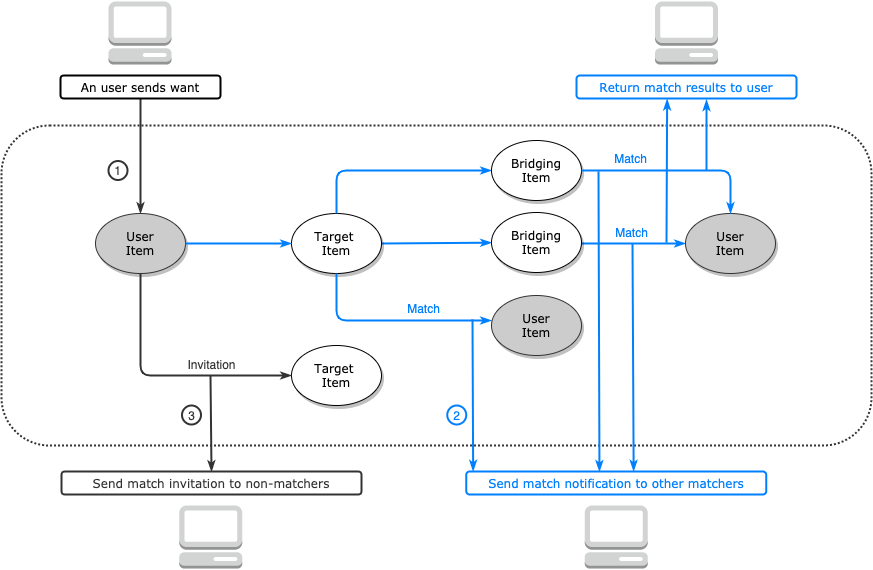
The draw.io diagram public/images/workflow.png in ElvinCTW/personalProject, before a commit. Source tidied: cells renumbered, new cells last; positions are measured from the earlier drawing's top-left corner, leaving out a move shared by most shapes.
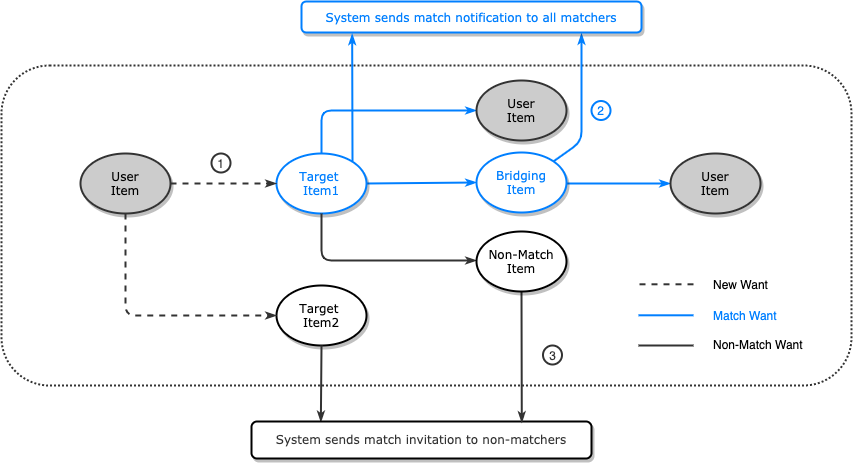
The same diagram one commit later.

The edit, as a diff of the source:
```diff
@@ -3,12 +3,12 @@
     <mxCell id="0" />
     <mxCell id="1" parent="0" />
     <mxCell id="2" style="rounded=1;whiteSpace=wrap;html=1;strokeColor=#333333;fillColor=none;align=center;dashed=1;strokeWidth=2;dashPattern=1 1;perimeterSpacing=3;" parent="1" vertex="1">
-      <mxGeometry y="124" width="870" height="320" as="geometry" />
+      <mxGeometry x="15" y="124" width="850" height="320" as="geometry" />
     </mxCell>
     <mxCell id="3" style="edgeStyle=none;rounded=1;html=1;labelBackgroundColor=none;startArrow=none;startFill=0;startSize=5;endArrow=classicThin;endFill=1;endSize=5;jettySize=auto;strokeColor=#007FFF;strokeWidth=2;fontFamily=Verdana;fontSize=12;" parent="1" edge="1" source="4" target="6">
       <mxGeometry relative="1" as="geometry" />
     </mxCell>
-    <mxCell id="4" value="Target &lt;br&gt;Item" style="ellipse;whiteSpace=wrap;html=1;rounded=0;shadow=1;comic=0;labelBackgroundColor=none;strokeWidth=1;fontFamily=Verdana;fontSize=12;align=center;" parent="1" vertex="1">
+    <mxCell id="4" value="Target &lt;br&gt;Item1" style="ellipse;whiteSpace=wrap;html=1;rounded=0;shadow=1;comic=0;labelBackgroundColor=none;strokeWidth=2;fontFamily=Verdana;fontSize=12;align=center;strokeColor=#007FFF;fontColor=#007FFF;" parent="1" vertex="1">
       <mxGeometry x="290" y="212" width="90" height="60" as="geometry" />
     </mxCell>
     <mxCell id="5" style="edgeStyle=none;rounded=1;html=1;labelBackgroundColor=none;startArrow=none;startFill=0;startSize=5;endArrow=classicThin;endFill=1;endSize=5;jettySize=auto;orthogonalLoop=1;strokeColor=#007FFF;strokeWidth=2;fontFamily=Verdana;fontSize=12;" parent="1" edge="1">
@@ -17,58 +17,27 @@
         <mxPoint x="684" y="242" as="targetPoint" />
       </mxGeometry>
     </mxCell>
-    <mxCell id="6" value="&lt;span&gt;Bridging&lt;br&gt;Item&lt;br&gt;&lt;/span&gt;" style="ellipse;whiteSpace=wrap;html=1;rounded=0;shadow=1;comic=0;labelBackgroundColor=none;strokeWidth=1;fontFamily=Verdana;fontSize=12;align=center;" parent="1" vertex="1">
+    <mxCell id="6" value="&lt;span&gt;Bridging&lt;br&gt;Item&lt;br&gt;&lt;/span&gt;" style="ellipse;whiteSpace=wrap;html=1;rounded=0;shadow=1;comic=0;labelBackgroundColor=none;strokeWidth=2;fontFamily=Verdana;fontSize=12;align=center;strokeColor=#007FFF;fontColor=#007FFF;" parent="1" vertex="1">
       <mxGeometry x="490" y="211" width="90" height="60" as="geometry" />
     </mxCell>
-    <mxCell id="7" value="User&lt;br&gt;Item" style="ellipse;whiteSpace=wrap;html=1;rounded=0;shadow=1;comic=0;labelBackgroundColor=none;strokeWidth=1;fontFamily=Verdana;fontSize=12;align=center;strokeColor=#333333;fillColor=#CCCCCC;" parent="1" vertex="1">
+    <mxCell id="7" value="User&lt;br&gt;Item" style="ellipse;whiteSpace=wrap;html=1;rounded=0;shadow=1;comic=0;labelBackgroundColor=none;strokeWidth=2;fontFamily=Verdana;fontSize=12;align=center;strokeColor=#333333;fillColor=#CCCCCC;" parent="1" vertex="1">
       <mxGeometry x="94" y="212" width="90" height="60" as="geometry" />
     </mxCell>
-    <mxCell id="8" style="edgeStyle=none;rounded=1;html=1;labelBackgroundColor=none;startArrow=none;startFill=0;startSize=5;endArrow=classicThin;endFill=1;endSize=5;jettySize=auto;strokeColor=#007FFF;strokeWidth=2;fontFamily=Verdana;fontSize=12;exitX=1;exitY=0.5;exitDx=0;exitDy=0;entryX=0;entryY=0.5;entryDx=0;entryDy=0;" parent="1" edge="1" source="7" target="4">
+    <mxCell id="8" style="edgeStyle=none;rounded=1;html=1;labelBackgroundColor=none;startArrow=none;startFill=0;startSize=5;endArrow=classicThin;endFill=1;endSize=5;jettySize=auto;strokeColor=#333333;strokeWidth=2;fontFamily=Verdana;fontSize=12;exitX=1;exitY=0.5;exitDx=0;exitDy=0;entryX=0;entryY=0.5;entryDx=0;entryDy=0;dashed=1;" parent="1" edge="1" source="7" target="4">
       <mxGeometry relative="1" as="geometry" />
     </mxCell>
-    <mxCell id="9" value="User&lt;br&gt;Item" style="ellipse;whiteSpace=wrap;html=1;rounded=0;shadow=1;comic=0;labelBackgroundColor=none;strokeWidth=1;fontFamily=Verdana;fontSize=12;align=center;strokeColor=#333333;fillColor=#CCCCCC;" parent="1" vertex="1">
+    <mxCell id="9" value="User&lt;br&gt;Item" style="ellipse;whiteSpace=wrap;html=1;rounded=0;shadow=1;comic=0;labelBackgroundColor=none;strokeWidth=2;fontFamily=Verdana;fontSize=12;align=center;strokeColor=#333333;fillColor=#CCCCCC;" parent="1" vertex="1">
       <mxGeometry x="684" y="212" width="90" height="60" as="geometry" />
     </mxCell>
-    <mxCell id="10" style="edgeStyle=none;rounded=1;html=1;labelBackgroundColor=none;startArrow=none;startFill=0;startSize=5;endArrow=classicThin;endFill=1;endSize=5;jettySize=auto;strokeColor=#007FFF;strokeWidth=2;fontFamily=Verdana;fontSize=12;exitX=0.5;exitY=0;exitDx=0;exitDy=0;entryX=0;entryY=0.5;entryDx=0;entryDy=0;" parent="1" edge="1" source="4" target="16">
+    <mxCell id="10" style="edgeStyle=none;rounded=1;html=1;labelBackgroundColor=none;startArrow=none;startFill=0;startSize=5;endArrow=classicThin;endFill=1;endSize=5;jettySize=auto;strokeColor=#007FFF;strokeWidth=2;fontFamily=Verdana;fontSize=12;exitX=0.5;exitY=0;exitDx=0;exitDy=0;entryX=0;entryY=0.5;entryDx=0;entryDy=0;" parent="1" edge="1" source="4">
       <mxGeometry relative="1" as="geometry">
+        <mxPoint x="490" y="169" as="targetPoint" />
         <Array as="points">
           <mxPoint x="335" y="169" />
         </Array>
       </mxGeometry>
     </mxCell>
-    <mxCell id="11" style="dashed=0;verticalLabelPosition=bottom;verticalAlign=top;align=center;html=1;shape=mxgraph.aws3.management_console;fillColor=#D2D3D3;gradientColor=none;strokeColor=#333333;strokeWidth=2;fontSize=12;" parent="1" vertex="1">
-      <mxGeometry x="107" width="63" height="63" as="geometry" />
-    </mxCell>
-    <mxCell id="12" style="dashed=0;verticalLabelPosition=bottom;verticalAlign=top;align=center;html=1;shape=mxgraph.aws3.management_console;fillColor=#D2D3D3;gradientColor=none;strokeColor=#333333;strokeWidth=2;fontSize=12;" parent="1" vertex="1">
-      <mxGeometry x="177.8" y="504" width="63" height="63" as="geometry" />
-    </mxCell>
-    <mxCell id="13" style="dashed=0;verticalLabelPosition=bottom;verticalAlign=top;align=center;html=1;shape=mxgraph.aws3.management_console;fillColor=#D2D3D3;gradientColor=none;strokeColor=#333333;strokeWidth=2;fontSize=12;" parent="1" vertex="1">
-      <mxGeometry x="583.2" y="504" width="63" height="63" as="geometry" />
-    </mxCell>
-    <mxCell id="14" value="&lt;font color=&quot;#007fff&quot;&gt;Match&lt;/font&gt;" style="text;html=1;align=center;verticalAlign=middle;labelBackgroundColor=#ffffff;" parent="1" vertex="1">
-      <mxGeometry x="636" y="242" as="geometry">
-        <mxPoint x="-6.7" y="-11" as="offset" />
-      </mxGeometry>
-    </mxCell>
-    <mxCell id="15" style="dashed=0;verticalLabelPosition=bottom;verticalAlign=top;align=center;html=1;shape=mxgraph.aws3.management_console;fillColor=#D2D3D3;gradientColor=none;strokeColor=#333333;strokeWidth=2;fontSize=12;" parent="1" vertex="1">
-      <mxGeometry x="653.5" width="63" height="63" as="geometry" />
-    </mxCell>
-    <mxCell id="16" value="&lt;span&gt;Bridging&lt;br&gt;Item&lt;br&gt;&lt;/span&gt;" style="ellipse;whiteSpace=wrap;html=1;rounded=0;shadow=1;comic=0;labelBackgroundColor=none;strokeWidth=1;fontFamily=Verdana;fontSize=12;align=center;" parent="1" vertex="1">
-      <mxGeometry x="490" y="139" width="90" height="60" as="geometry" />
-    </mxCell>
-    <mxCell id="17" style="edgeStyle=none;rounded=1;html=1;labelBackgroundColor=none;startArrow=none;startFill=0;startSize=5;endArrow=classicThin;endFill=1;endSize=5;jettySize=auto;strokeColor=#007FFF;strokeWidth=2;fontFamily=Verdana;fontSize=12;entryX=0.5;entryY=0;entryDx=0;entryDy=0;exitX=1;exitY=0.5;exitDx=0;exitDy=0;" parent="1" edge="1" source="16" target="9">
-      <mxGeometry x="0.05" y="8" relative="1" as="geometry">
-        <Array as="points">
-          <mxPoint x="729" y="169" />
-        </Array>
-      </mxGeometry>
-    </mxCell>
-    <mxCell id="18" value="&lt;font color=&quot;#007fff&quot;&gt;Match&lt;/font&gt;" style="text;html=1;align=center;verticalAlign=middle;labelBackgroundColor=#ffffff;" parent="1" vertex="1">
-      <mxGeometry x="642" y="250" as="geometry">
-        <mxPoint x="-13.7" y="-93" as="offset" />
-      </mxGeometry>
-    </mxCell>
-    <mxCell id="19" style="edgeStyle=none;rounded=1;html=1;labelBackgroundColor=none;startArrow=none;startFill=0;startSize=5;endArrow=classicThin;endFill=1;endSize=5;jettySize=auto;strokeColor=#007FFF;strokeWidth=2;fontFamily=Verdana;fontSize=12;exitX=0.5;exitY=1;exitDx=0;exitDy=0;entryX=0;entryY=0.5;entryDx=0;entryDy=0;" parent="1" edge="1" source="4">
+    <mxCell id="19" style="edgeStyle=none;rounded=1;html=1;labelBackgroundColor=none;startArrow=none;startFill=0;startSize=5;endArrow=classicThin;endFill=1;endSize=5;jettySize=auto;strokeColor=#333333;strokeWidth=2;fontFamily=Verdana;fontSize=12;exitX=0.5;exitY=1;exitDx=0;exitDy=0;entryX=0;entryY=0.5;entryDx=0;entryDy=0;" parent="1" edge="1" source="4">
       <mxGeometry relative="1" as="geometry">
         <mxPoint x="490" y="319" as="targetPoint" />
         <Array as="points">
@@ -76,84 +45,82 @@
         </Array>
       </mxGeometry>
     </mxCell>
-    <mxCell id="20" value="Match" style="text;html=1;align=center;verticalAlign=middle;labelBackgroundColor=#ffffff;fontColor=#007FFF;" parent="19" vertex="1">
-      <mxGeometry x="0.12" y="1" relative="1" as="geometry">
-        <mxPoint x="20" y="-11" as="offset" />
-      </mxGeometry>
-    </mxCell>
-    <mxCell id="21" style="edgeStyle=none;rounded=1;html=1;labelBackgroundColor=none;startArrow=none;startFill=0;startSize=5;endArrow=classicThin;endFill=1;endSize=5;jettySize=auto;strokeColor=#333333;strokeWidth=2;fontFamily=Verdana;fontSize=12;entryX=0.5;entryY=0;entryDx=0;entryDy=0;" parent="1" edge="1" target="7">
-      <mxGeometry relative="1" as="geometry">
-        <mxPoint x="139" y="97" as="sourcePoint" />
-      </mxGeometry>
-    </mxCell>
-    <mxCell id="22" style="edgeStyle=none;rounded=1;html=1;labelBackgroundColor=none;startArrow=none;startFill=0;startSize=5;endArrow=classicThin;endFill=1;endSize=5;jettySize=auto;strokeColor=#007FFF;strokeWidth=2;fontFamily=Verdana;fontSize=12;entryX=0.412;entryY=1.029;entryDx=0;entryDy=0;entryPerimeter=0;" parent="1" edge="1" target="32">
-      <mxGeometry x="0.05" y="8" relative="1" as="geometry">
-        <mxPoint x="665" y="241" as="sourcePoint" />
-      </mxGeometry>
-    </mxCell>
-    <mxCell id="23" style="edgeStyle=none;rounded=1;html=1;labelBackgroundColor=none;startArrow=none;startFill=0;startSize=5;endArrow=classicThin;endFill=1;endSize=5;jettySize=auto;strokeColor=#007FFF;strokeWidth=2;fontFamily=Verdana;fontSize=12;entryX=0.591;entryY=1.058;entryDx=0;entryDy=0;entryPerimeter=0;" parent="1" edge="1" target="32">
-      <mxGeometry x="0.05" y="8" relative="1" as="geometry">
-        <mxPoint x="705" y="169" as="sourcePoint" />
-      </mxGeometry>
-    </mxCell>
-    <mxCell id="24" style="edgeStyle=none;rounded=1;html=1;labelBackgroundColor=none;startArrow=none;startFill=0;startSize=5;endArrow=classicThin;endFill=1;endSize=5;jettySize=auto;strokeColor=#007FFF;strokeWidth=2;fontFamily=Verdana;fontSize=12;entryX=0.444;entryY=-0.006;entryDx=0;entryDy=0;entryPerimeter=0;" parent="1" edge="1" target="33">
-      <mxGeometry relative="1" as="geometry">
-        <mxPoint x="597" y="170" as="sourcePoint" />
-      </mxGeometry>
-    </mxCell>
-    <mxCell id="25" style="edgeStyle=none;rounded=1;html=1;labelBackgroundColor=none;startArrow=none;startFill=0;startSize=5;endArrow=classicThin;endFill=1;endSize=5;jettySize=auto;strokeColor=#007FFF;strokeWidth=2;fontFamily=Verdana;fontSize=12;entryX=0.558;entryY=-0.02;entryDx=0;entryDy=0;entryPerimeter=0;" parent="1" edge="1" target="33">
+    <mxCell id="25" style="edgeStyle=none;rounded=1;html=1;labelBackgroundColor=none;startArrow=none;startFill=0;startSize=5;endArrow=classicThin;endFill=1;endSize=5;jettySize=auto;strokeColor=#007FFF;strokeWidth=2;fontFamily=Verdana;fontSize=12;exitX=1;exitY=0;exitDx=0;exitDy=0;" parent="1" edge="1" source="6">
       <mxGeometry relative="1" as="geometry">
-        <mxPoint x="631" y="242" as="sourcePoint" />
+        <mxPoint x="595" y="92" as="targetPoint" />
+        <Array as="points">
+          <mxPoint x="595" y="200" />
+        </Array>
       </mxGeometry>
     </mxCell>
-    <mxCell id="26" value="Target &lt;br&gt;Item" style="ellipse;whiteSpace=wrap;html=1;rounded=0;shadow=1;comic=0;labelBackgroundColor=none;strokeWidth=1;fontFamily=Verdana;fontSize=12;align=center;" parent="1" vertex="1">
+    <mxCell id="26" value="Target &lt;br&gt;Item2" style="ellipse;whiteSpace=wrap;html=1;rounded=0;shadow=1;comic=0;labelBackgroundColor=none;strokeWidth=2;fontFamily=Verdana;fontSize=12;align=center;" parent="1" vertex="1">
       <mxGeometry x="290" y="344" width="90" height="60" as="geometry" />
     </mxCell>
-    <mxCell id="27" style="edgeStyle=none;rounded=1;html=1;labelBackgroundColor=none;startArrow=none;startFill=0;startSize=5;endArrow=classicThin;endFill=1;endSize=5;jettySize=auto;strokeColor=#333333;strokeWidth=2;fontFamily=Verdana;fontSize=12;exitX=0.5;exitY=1;exitDx=0;exitDy=0;entryX=0;entryY=0.5;entryDx=0;entryDy=0;" parent="1" edge="1" source="7" target="26">
+    <mxCell id="27" style="edgeStyle=none;rounded=1;html=1;labelBackgroundColor=none;startArrow=none;startFill=0;startSize=5;endArrow=classicThin;endFill=1;endSize=5;jettySize=auto;strokeColor=#333333;strokeWidth=2;fontFamily=Verdana;fontSize=12;exitX=0.5;exitY=1;exitDx=0;exitDy=0;entryX=0;entryY=0.5;entryDx=0;entryDy=0;dashed=1;" parent="1" edge="1" source="7" target="26">
       <mxGeometry relative="1" as="geometry">
         <Array as="points">
           <mxPoint x="139" y="374" />
         </Array>
       </mxGeometry>
     </mxCell>
-    <mxCell id="28" value="User&lt;br&gt;Item" style="ellipse;whiteSpace=wrap;html=1;rounded=0;shadow=1;comic=0;labelBackgroundColor=none;strokeWidth=1;fontFamily=Verdana;fontSize=12;align=center;strokeColor=#333333;fillColor=#CCCCCC;" parent="1" vertex="1">
-      <mxGeometry x="490" y="294" width="90" height="60" as="geometry" />
-    </mxCell>
-    <mxCell id="29" value="Invitation" style="text;html=1;align=center;verticalAlign=middle;labelBackgroundColor=#ffffff;fontColor=#333333;" parent="1" vertex="1">
-      <mxGeometry x="190" y="374" as="geometry">
-        <mxPoint x="20" y="-11" as="offset" />
-      </mxGeometry>
-    </mxCell>
-    <mxCell id="30" style="edgeStyle=none;rounded=1;html=1;labelBackgroundColor=none;startArrow=none;startFill=0;startSize=5;endArrow=classicThin;endFill=1;endSize=5;jettySize=auto;strokeColor=#333333;strokeWidth=2;fontFamily=Verdana;fontSize=12;entryX=0.5;entryY=0;entryDx=0;entryDy=0;" parent="1" edge="1" target="34">
-      <mxGeometry relative="1" as="geometry">
-        <mxPoint x="209" y="374" as="sourcePoint" />
-      </mxGeometry>
+    <mxCell id="30" style="edgeStyle=none;rounded=1;html=1;labelBackgroundColor=none;startArrow=none;startFill=0;startSize=5;endArrow=classicThin;endFill=1;endSize=5;jettySize=auto;strokeColor=#333333;strokeWidth=2;fontFamily=Verdana;fontSize=12;exitX=0.5;exitY=1;exitDx=0;exitDy=0;entryX=0.204;entryY=0.012;entryDx=0;entryDy=0;entryPerimeter=0;" parent="1" edge="1" source="26" target="34">
+      <mxGeometry relative="1" as="geometry" />
     </mxCell>
-    <mxCell id="31" value="&lt;span style=&quot;color: rgb(0 , 0 , 0) ; font-family: &amp;#34;verdana&amp;#34; ; white-space: normal&quot;&gt;An user sends want&lt;/span&gt;" style="rounded=1;whiteSpace=wrap;html=1;strokeColor=#000000;strokeWidth=2;fillColor=none;fontSize=12;fontColor=#333333;align=center;" parent="1" vertex="1">
-      <mxGeometry x="59" y="74" width="160" height="23" as="geometry" />
-    </mxCell>
-    <mxCell id="32" value="&lt;span style=&quot;font-family: &amp;#34;verdana&amp;#34;&quot;&gt;&lt;font style=&quot;font-size: 11px&quot;&gt;Return match results to user&lt;/font&gt;&lt;/span&gt;" style="rounded=1;whiteSpace=wrap;html=1;strokeColor=#007FFF;strokeWidth=2;fillColor=none;fontSize=12;fontColor=#007FFF;align=center;" parent="1" vertex="1">
-      <mxGeometry x="575" y="74" width="220" height="23" as="geometry" />
-    </mxCell>
-    <mxCell id="33" value="&lt;span style=&quot;font-family: &amp;#34;verdana&amp;#34;&quot;&gt;Send match notification to other matchers&lt;/span&gt;" style="rounded=1;whiteSpace=wrap;html=1;strokeColor=#007FFF;strokeWidth=2;fillColor=none;fontSize=12;fontColor=#007FFF;align=center;" parent="1" vertex="1">
-      <mxGeometry x="464.8" y="470" width="300" height="23" as="geometry" />
+    <mxCell id="33" value="&lt;span style=&quot;&quot;&gt;System sends match notification to all matchers&lt;/span&gt;" style="rounded=1;whiteSpace=wrap;html=1;strokeColor=#007FFF;strokeWidth=2;fillColor=#ffffff;fontSize=12;fontColor=#007FFF;align=center;fontFamily=Verdana;shadow=1;comic=0;" parent="1" vertex="1">
+      <mxGeometry x="315" y="60" width="340" height="31" as="geometry" />
     </mxCell>
-    <mxCell id="34" value="&lt;span style=&quot;font-family: &amp;#34;verdana&amp;#34;&quot;&gt;Send match invitation to non-matchers&lt;/span&gt;" style="rounded=1;whiteSpace=wrap;html=1;strokeColor=#333333;strokeWidth=2;fillColor=none;fontSize=12;fontColor=#333333;align=center;" parent="1" vertex="1">
-      <mxGeometry x="60" y="470" width="300" height="23" as="geometry" />
+    <mxCell id="34" value="&lt;span style=&quot;&quot;&gt;System sends match invitation to non-matchers&lt;/span&gt;" style="rounded=1;whiteSpace=wrap;html=1;strokeColor=#000000;strokeWidth=2;fillColor=#ffffff;fontSize=12;fontColor=#333333;align=center;fontFamily=Verdana;shadow=1;" parent="1" vertex="1">
+      <mxGeometry x="265" y="480" width="340" height="37" as="geometry" />
     </mxCell>
-    <mxCell id="35" style="edgeStyle=none;rounded=1;html=1;labelBackgroundColor=none;startArrow=none;startFill=0;startSize=5;endArrow=classicThin;endFill=1;endSize=5;jettySize=auto;strokeColor=#007FFF;strokeWidth=2;fontFamily=Verdana;fontSize=12;entryX=0.023;entryY=-0.017;entryDx=0;entryDy=0;entryPerimeter=0;" parent="1" edge="1" target="33">
-      <mxGeometry relative="1" as="geometry">
-        <mxPoint x="471" y="318" as="sourcePoint" />
-      </mxGeometry>
+    <mxCell id="35" style="edgeStyle=none;rounded=1;html=1;labelBackgroundColor=none;startArrow=none;startFill=0;startSize=5;endArrow=classicThin;endFill=1;endSize=5;jettySize=auto;strokeColor=#333333;strokeWidth=2;fontFamily=Verdana;fontSize=12;exitX=0.5;exitY=1;exitDx=0;exitDy=0;entryX=0.795;entryY=0.027;entryDx=0;entryDy=0;entryPerimeter=0;" parent="1" edge="1" source="39" target="34">
+      <mxGeometry relative="1" as="geometry" />
     </mxCell>
     <mxCell id="36" value="1" style="ellipse;whiteSpace=wrap;html=1;strokeColor=#333333;strokeWidth=2;fillColor=none;fontSize=12;fontColor=#333333;align=center;" parent="1" vertex="1">
-      <mxGeometry x="107" y="159.5" width="19" height="19" as="geometry" />
+      <mxGeometry x="225" y="212" width="19" height="19" as="geometry" />
     </mxCell>
     <mxCell id="37" value="2" style="ellipse;whiteSpace=wrap;html=1;strokeColor=#007FFF;strokeWidth=2;fillColor=none;fontSize=12;fontColor=#007FFF;align=center;" parent="1" vertex="1">
-      <mxGeometry x="445.8" y="404" width="19" height="19" as="geometry" />
+      <mxGeometry x="605" y="159.5" width="19" height="19" as="geometry" />
     </mxCell>
     <mxCell id="38" value="3" style="ellipse;whiteSpace=wrap;html=1;strokeColor=#333333;strokeWidth=2;fillColor=none;fontSize=12;fontColor=#333333;align=center;" parent="1" vertex="1">
-      <mxGeometry x="180.5" y="404" width="19" height="19" as="geometry" />
+      <mxGeometry x="556.5" y="404" width="19" height="19" as="geometry" />
     </mxCell>
+    <mxCell id="28" value="User&lt;br&gt;Item" style="ellipse;whiteSpace=wrap;html=1;rounded=0;shadow=1;comic=0;labelBackgroundColor=none;strokeWidth=2;fontFamily=Verdana;fontSize=12;align=center;strokeColor=#333333;fillColor=#CCCCCC;" parent="1" vertex="1">
+      <mxGeometry x="490" y="139" width="90" height="60" as="geometry" />
+    </mxCell>
+    <mxCell id="39" value="&lt;span&gt;Non-Match&lt;br&gt;Item&lt;br&gt;&lt;/span&gt;" style="ellipse;whiteSpace=wrap;html=1;rounded=0;shadow=1;comic=0;labelBackgroundColor=none;strokeWidth=2;fontFamily=Verdana;fontSize=12;align=center;strokeColor=#000000;fontColor=#000000;" parent="1" vertex="1">
+      <mxGeometry x="490" y="290" width="90" height="60" as="geometry" />
+    </mxCell>
+    <mxCell id="40" style="endArrow=none;html=1;strokeColor=#007FFF;fontColor=#000000;strokeWidth=2;" parent="1" edge="1">
+      <mxGeometry relative="1" as="geometry">
+        <mxPoint x="707" y="373.8" as="sourcePoint" />
+        <mxPoint x="652" y="373.8" as="targetPoint" />
+      </mxGeometry>
+    </mxCell>
+    <mxCell id="41" style="endArrow=none;html=1;strokeColor=#333333;fontColor=#000000;strokeWidth=2;" parent="1" edge="1">
+      <mxGeometry relative="1" as="geometry">
+        <mxPoint x="707" y="404" as="sourcePoint" />
+        <mxPoint x="652" y="404" as="targetPoint" />
+      </mxGeometry>
+    </mxCell>
+    <mxCell id="42" value="Non-Match Want" style="text;html=1;strokeColor=none;fillColor=none;align=left;verticalAlign=middle;whiteSpace=wrap;rounded=0;fontColor=#000000;" parent="1" vertex="1">
+      <mxGeometry x="725" y="395" width="110" height="16" as="geometry" />
+    </mxCell>
+    <mxCell id="43" value="Match Want" style="text;html=1;strokeColor=none;fillColor=none;align=left;verticalAlign=middle;whiteSpace=wrap;rounded=0;fontColor=#007FFF;" parent="1" vertex="1">
+      <mxGeometry x="725" y="366" width="80" height="16" as="geometry" />
+    </mxCell>
+    <mxCell id="44" style="endArrow=none;html=1;strokeColor=#333333;fontColor=#333333;strokeWidth=2;dashed=1;" parent="1" edge="1">
+      <mxGeometry relative="1" as="geometry">
+        <mxPoint x="707" y="342.8" as="sourcePoint" />
+        <mxPoint x="652" y="342.8" as="targetPoint" />
+      </mxGeometry>
+    </mxCell>
+    <mxCell id="45" value="New Want" style="text;html=1;strokeColor=none;fillColor=none;align=left;verticalAlign=middle;whiteSpace=wrap;rounded=0;fontColor=#000000;" parent="1" vertex="1">
+      <mxGeometry x="725" y="335" width="64" height="16" as="geometry" />
+    </mxCell>
+    <mxCell id="46" style="edgeStyle=none;rounded=1;html=1;labelBackgroundColor=none;startArrow=none;startFill=0;startSize=5;endArrow=classicThin;endFill=1;endSize=5;jettySize=auto;strokeColor=#007FFF;strokeWidth=2;fontFamily=Verdana;fontSize=12;exitX=1;exitY=0;exitDx=0;exitDy=0;entryX=0.149;entryY=1.046;entryDx=0;entryDy=0;entryPerimeter=0;" parent="1" edge="1" target="33">
+      <mxGeometry relative="1" as="geometry">
+        <mxPoint x="366" y="219.8" as="sourcePoint" />
+      </mxGeometry>
+    </mxCell>
   </root>
 </mxGraphModel>
```
